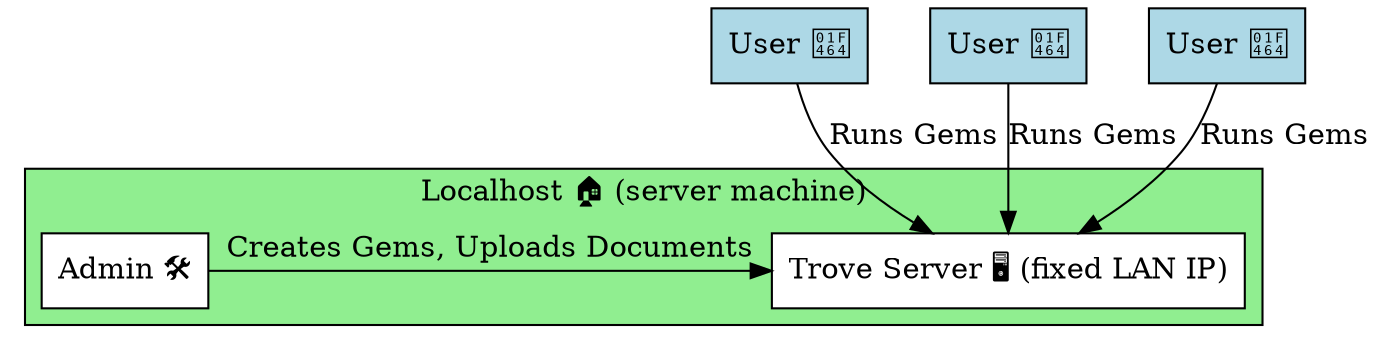
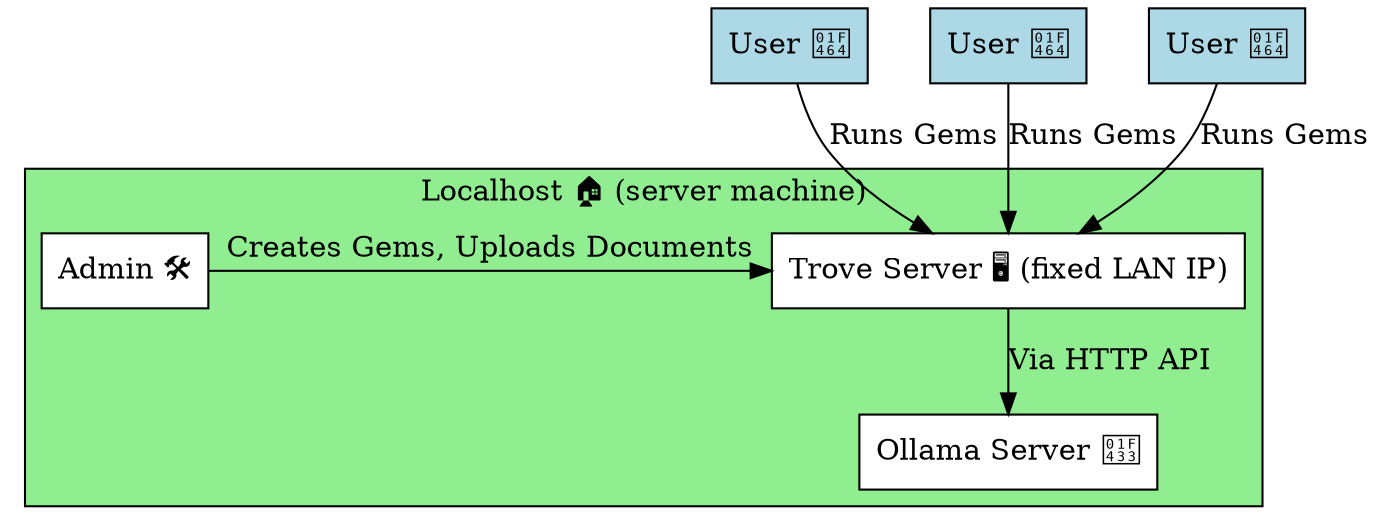
digraph {
    rankdir=UD

    User_1 [shape=box, label="User 👤", fillcolor=lightblue, style=filled]
    User_2 [shape=box, label="User 👤", fillcolor=lightblue, style=filled]
    User_3 [shape=box, label="User 👤", fillcolor=lightblue, style=filled]

    subgraph cluster_localhost {
        label="Localhost 🏠 (server machine)"
        fillcolor=lightgreen
        style=filled
        Server [shape=box, label="Trove Server 🖥️ (fixed LAN IP)", fillcolor=white, style=filled]
        Admin [shape=box, label="Admin 🛠️", fillcolor=white, style=filled]
        Admin -> Server [label="Creates Gems, Uploads Documents"]
        { rank=same; Server; Admin }
+         Ollama [shape=box, label="Ollama Server 🐳", fillcolor=white, style=filled]
+         Server -> Ollama [label="Via HTTP API"]
    }

    User_1 -> Server [label="Runs Gems"]
    User_2 -> Server [label="Runs Gems"]
    User_3 -> Server [label="Runs Gems"]
}